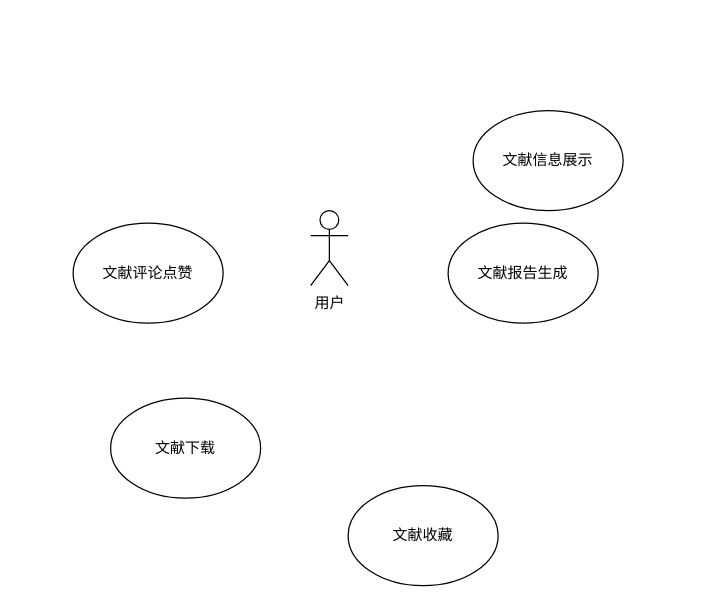
Earlier version of the draw.io diagram 2024-BUAA-SE/需求规格书/成果交互模块-用例图.drawio (jongsh/drawio). Source tidied: cells renumbered, new cells numbered last; positions are measured from the earlier drawing's top-left corner, leaving out a move shared by most shapes. Both pictures are drawn from the tidied source at 125%, with x=0, y=0 at pixel (72, 110).
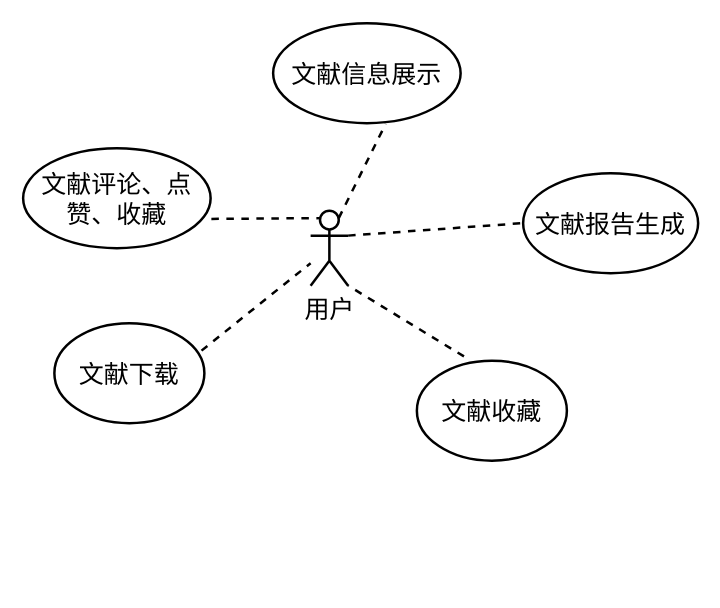
Above is the later version.

Commit message (it also covers changes not shown here):
更新成果交互模块-用例图.drawio

Diff of the diagram source:
```diff
@@
 <mxGraphModel>
   <root>
     <mxCell id="0" />
     <mxCell id="1" parent="0" />
-    <mxCell id="2" value="用户" style="shape=umlActor;verticalLabelPosition=bottom;verticalAlign=top;html=1;outlineConnect=0;" parent="1" vertex="1">
+    <mxCell id="2" value="用户" style="shape=umlActor;verticalLabelPosition=bottom;verticalAlign=top;html=1;outlineConnect=0;strokeWidth=2;fontSize=20;" parent="1" vertex="1">
       <mxGeometry x="190" y="80" width="30" height="60" as="geometry" />
     </mxCell>
-    <mxCell id="3" value="文献信息展示" style="ellipse;whiteSpace=wrap;html=1;" parent="1" vertex="1">
-      <mxGeometry x="320" width="120" height="80" as="geometry" />
+    <mxCell id="3" value="文献信息展示" style="ellipse;whiteSpace=wrap;html=1;strokeWidth=2;fontSize=20;" parent="1" vertex="1">
+      <mxGeometry x="160" y="-70" width="150" height="80" as="geometry" />
     </mxCell>
-    <mxCell id="4" value="文献报告生成" style="ellipse;whiteSpace=wrap;html=1;" parent="1" vertex="1">
-      <mxGeometry x="300" y="90" width="120" height="80" as="geometry" />
+    <mxCell id="4" value="文献报告生成" style="ellipse;whiteSpace=wrap;html=1;strokeWidth=2;fontSize=20;" parent="1" vertex="1">
+      <mxGeometry x="360" y="50" width="140" height="80" as="geometry" />
     </mxCell>
-    <mxCell id="5" value="文献收藏" style="ellipse;whiteSpace=wrap;html=1;" parent="1" vertex="1">
-      <mxGeometry x="220" y="300" width="120" height="80" as="geometry" />
+    <mxCell id="5" value="文献收藏" style="ellipse;whiteSpace=wrap;html=1;strokeWidth=2;fontSize=20;" parent="1" vertex="1">
+      <mxGeometry x="275" y="200" width="120" height="80" as="geometry" />
     </mxCell>
-    <mxCell id="6" value="文献下载" style="ellipse;whiteSpace=wrap;html=1;" parent="1" vertex="1">
-      <mxGeometry x="30" y="230" width="120" height="80" as="geometry" />
+    <mxCell id="6" value="文献下载" style="ellipse;whiteSpace=wrap;html=1;strokeWidth=2;fontSize=20;" parent="1" vertex="1">
+      <mxGeometry x="-15" y="170" width="120" height="80" as="geometry" />
     </mxCell>
-    <mxCell id="7" value="文献评论点赞" style="ellipse;whiteSpace=wrap;html=1;" parent="1" vertex="1">
-      <mxGeometry y="90" width="120" height="80" as="geometry" />
+    <mxCell id="7" value="文献评论、点赞、收藏" style="ellipse;whiteSpace=wrap;html=1;strokeWidth=2;fontSize=20;" parent="1" vertex="1">
+      <mxGeometry x="-40" y="30" width="150" height="80" as="geometry" />
     </mxCell>
+    <mxCell id="8" style="endArrow=none;dashed=1;html=1;rounded=0;exitX=0.981;exitY=0.275;exitDx=0;exitDy=0;exitPerimeter=0;fontSize=20;strokeWidth=2;" parent="1" edge="1" source="6" target="2">
+      <mxGeometry relative="1" as="geometry" />
+    </mxCell>
+    <mxCell id="9" style="endArrow=none;dashed=1;html=1;rounded=0;entryX=0.6;entryY=1.008;entryDx=0;entryDy=0;entryPerimeter=0;exitX=0.75;exitY=0.1;exitDx=0;exitDy=0;exitPerimeter=0;fontSize=20;strokeWidth=2;" parent="1" edge="1" source="2" target="3">
+      <mxGeometry relative="1" as="geometry" />
+    </mxCell>
+    <mxCell id="10" style="endArrow=none;dashed=1;html=1;rounded=0;entryX=0.25;entryY=0.1;entryDx=0;entryDy=0;entryPerimeter=0;exitX=1.004;exitY=0.708;exitDx=0;exitDy=0;exitPerimeter=0;fontSize=20;strokeWidth=2;" parent="1" edge="1" source="7" target="2">
+      <mxGeometry relative="1" as="geometry" />
+    </mxCell>
+    <mxCell id="11" style="endArrow=none;dashed=1;html=1;rounded=0;entryX=1;entryY=1;entryDx=0;entryDy=0;entryPerimeter=0;exitX=0.314;exitY=-0.042;exitDx=0;exitDy=0;exitPerimeter=0;fontSize=20;strokeWidth=2;" parent="1" edge="1" source="5" target="2">
+      <mxGeometry relative="1" as="geometry" />
+    </mxCell>
+    <mxCell id="12" style="endArrow=none;dashed=1;html=1;rounded=0;entryX=0;entryY=0.5;entryDx=0;entryDy=0;exitX=1;exitY=0.3333333333333333;exitDx=0;exitDy=0;exitPerimeter=0;fontSize=20;strokeWidth=2;" parent="1" edge="1" source="2" target="4">
+      <mxGeometry relative="1" as="geometry" />
+    </mxCell>
   </root>
 </mxGraphModel>
```
